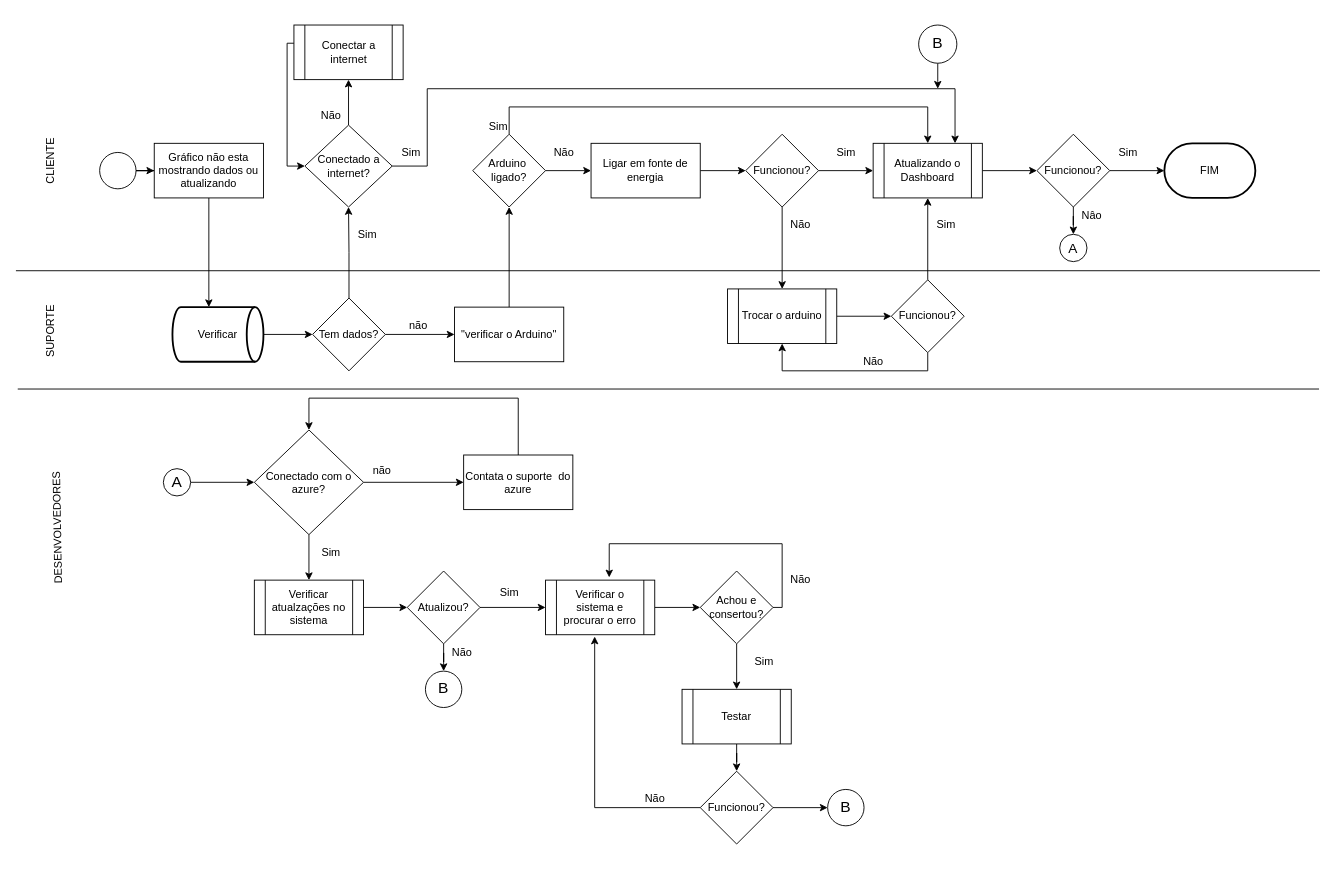
This is projeto/Documentos/Fluxograma_TI.drawio from Luiza-Bezerra/grupo-02-ccoa-20201, a draw.io file, before an edit. Source tidied: cells renumbered, new cells numbered last; positions are measured from the earlier drawing's top-left corner, leaving out a move shared by most shapes. Both pictures are drawn from the tidied source at 91%, with x=0, y=0 at pixel (-6, 25).
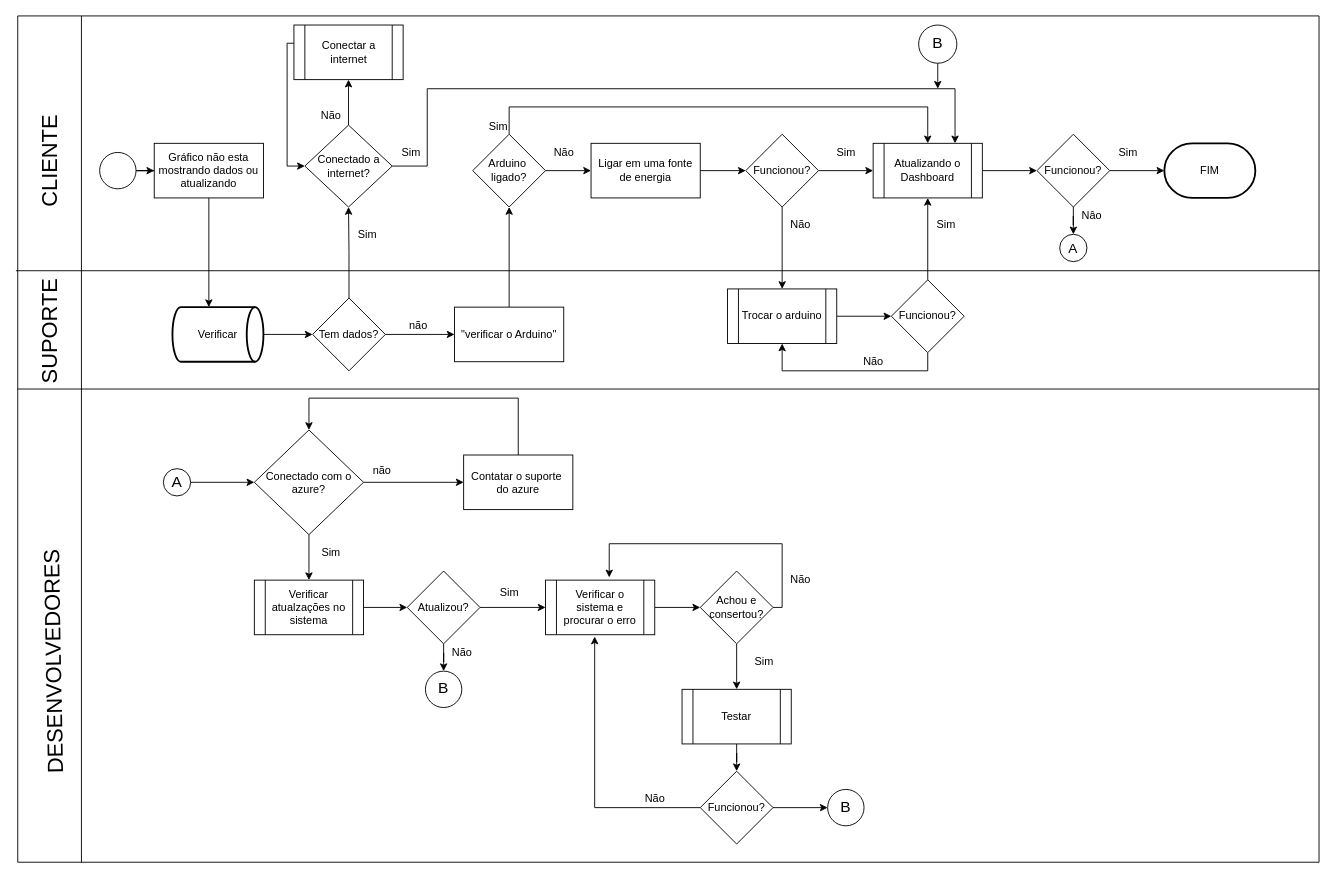
After the change.

What changed in the source:
```diff
@@
-    <mxCell id="14" value="Ligar em fonte de energia" style="rounded=0;whiteSpace=wrap;html=1;" parent="1" vertex="1">
+    <mxCell id="14" value="Ligar em uma fonte de energia" style="rounded=0;whiteSpace=wrap;html=1;" parent="1" vertex="1">
       <mxGeometry x="656" y="130" width="120" height="60" as="geometry" />
     </mxCell>
@@
-    <mxCell id="56" value="Contata o suporte&amp;nbsp; do azure" style="rounded=0;whiteSpace=wrap;html=1;" parent="1" vertex="1">
+    <mxCell id="56" value="Contatar o suporte&amp;nbsp; do azure" style="rounded=0;whiteSpace=wrap;html=1;" parent="1" vertex="1">
       <mxGeometry x="516" y="472.5" width="120" height="60" as="geometry" />
     </mxCell>
@@
-    <mxCell id="85" value="SUPORTE" style="text;html=1;align=center;verticalAlign=middle;rotation=-90;" parent="1" vertex="1">
-      <mxGeometry x="27" y="327" width="70" height="20" as="geometry" />
+    <mxCell id="85" value="&lt;font style=&quot;font-size: 24px&quot;&gt;SUPORTE&lt;/font&gt;" style="text;html=1;align=center;verticalAlign=middle;rotation=-90;" parent="1" vertex="1">
+      <mxGeometry x="-3" y="327" width="130" height="20" as="geometry" />
     </mxCell>
-    <mxCell id="86" value="CLIENTE" style="text;html=1;align=center;verticalAlign=middle;rotation=-90;" parent="1" vertex="1">
-      <mxGeometry x="27" y="140" width="70" height="20" as="geometry" />
+    <mxCell id="86" value="&lt;font style=&quot;font-size: 24px&quot;&gt;CLIENTE&lt;/font&gt;" style="text;html=1;align=center;verticalAlign=middle;rotation=-90;" parent="1" vertex="1">
+      <mxGeometry x="2" y="140" width="120" height="20" as="geometry" />
     </mxCell>
-    <mxCell id="87" value="DESENVOLVEDORES" style="text;html=1;align=center;verticalAlign=middle;rotation=-91;" parent="1" vertex="1">
-      <mxGeometry y="543" width="140" height="20" as="geometry" />
+    <mxCell id="87" value="&lt;font style=&quot;font-size: 24px&quot;&gt;DESENVOLVEDORES&lt;/font&gt;" style="text;html=1;align=center;verticalAlign=middle;rotation=-91;" parent="1" vertex="1">
+      <mxGeometry x="-64" y="690" width="260" height="20" as="geometry" />
     </mxCell>
+    <mxCell id="88" style="endArrow=none;html=1;" parent="1" edge="1">
+      <mxGeometry relative="1" as="geometry">
+        <mxPoint x="96" y="920" as="sourcePoint" />
+        <mxPoint x="96" y="-10" as="targetPoint" />
+      </mxGeometry>
+    </mxCell>
+    <mxCell id="89" style="endArrow=none;html=1;" parent="1" edge="1">
+      <mxGeometry relative="1" as="geometry">
+        <mxPoint x="26" y="920" as="sourcePoint" />
+        <mxPoint x="26" y="-10" as="targetPoint" />
+      </mxGeometry>
+    </mxCell>
+    <mxCell id="90" style="endArrow=none;html=1;" parent="1" edge="1">
+      <mxGeometry relative="1" as="geometry">
+        <mxPoint x="26" y="-10" as="sourcePoint" />
+        <mxPoint x="1456" y="-10" as="targetPoint" />
+      </mxGeometry>
+    </mxCell>
+    <mxCell id="91" style="endArrow=none;html=1;" parent="1" edge="1">
+      <mxGeometry relative="1" as="geometry">
+        <mxPoint x="1456" y="920" as="sourcePoint" />
+        <mxPoint x="1456" y="-10" as="targetPoint" />
+      </mxGeometry>
+    </mxCell>
+    <mxCell id="92" style="endArrow=none;html=1;" parent="1" edge="1">
+      <mxGeometry relative="1" as="geometry">
+        <mxPoint x="26" y="920" as="sourcePoint" />
+        <mxPoint x="1456" y="920" as="targetPoint" />
+      </mxGeometry>
+    </mxCell>
```
